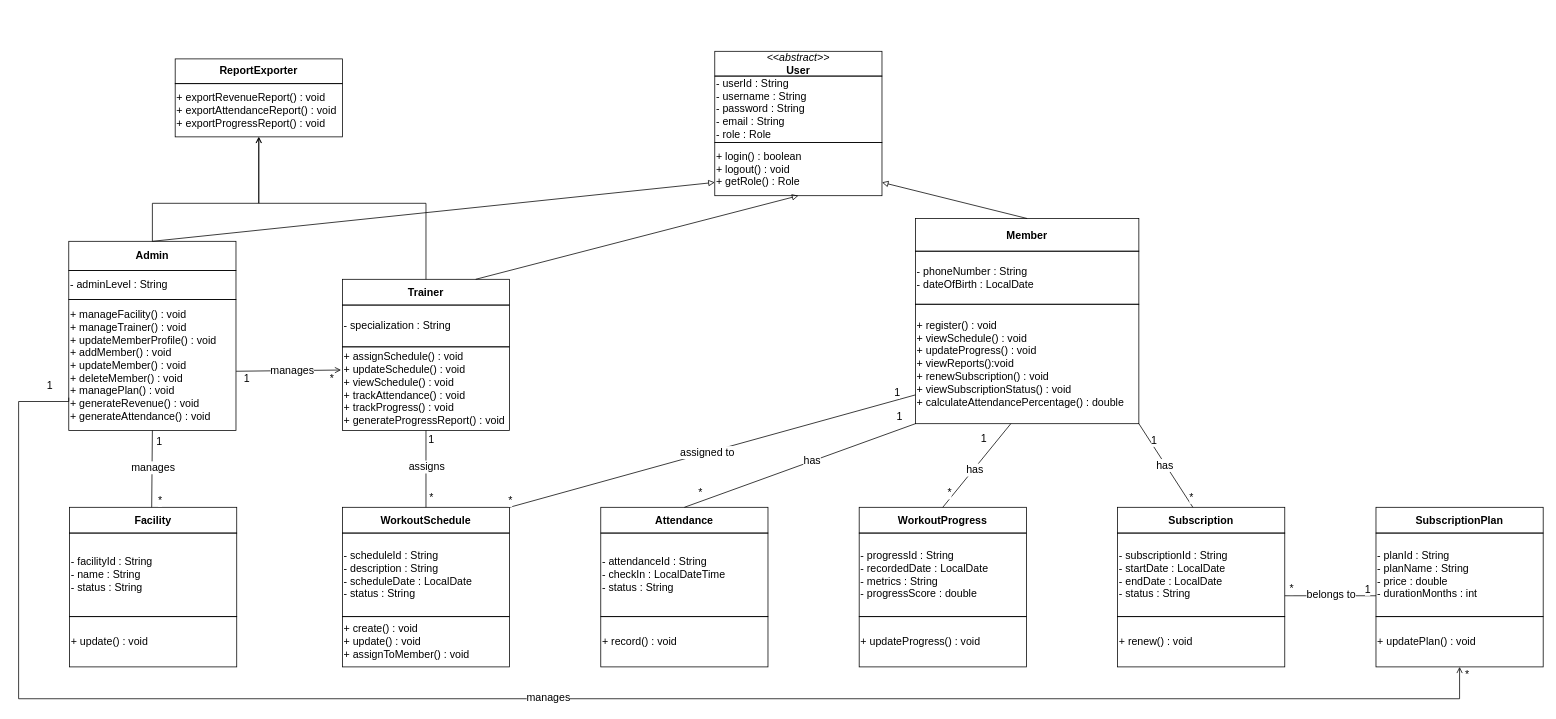
Above: ClassDiagram.drawio in XuanAnh1312/GMS_PROJECT_JAVA (draw.io), before the change. Source tidied: cells renumbered, new cells numbered last; positions are measured from the earlier drawing's top-left corner, leaving out a move shared by most shapes. Both pictures are drawn from the tidied source at 76%, with x=0, y=0 at pixel (18, 51).
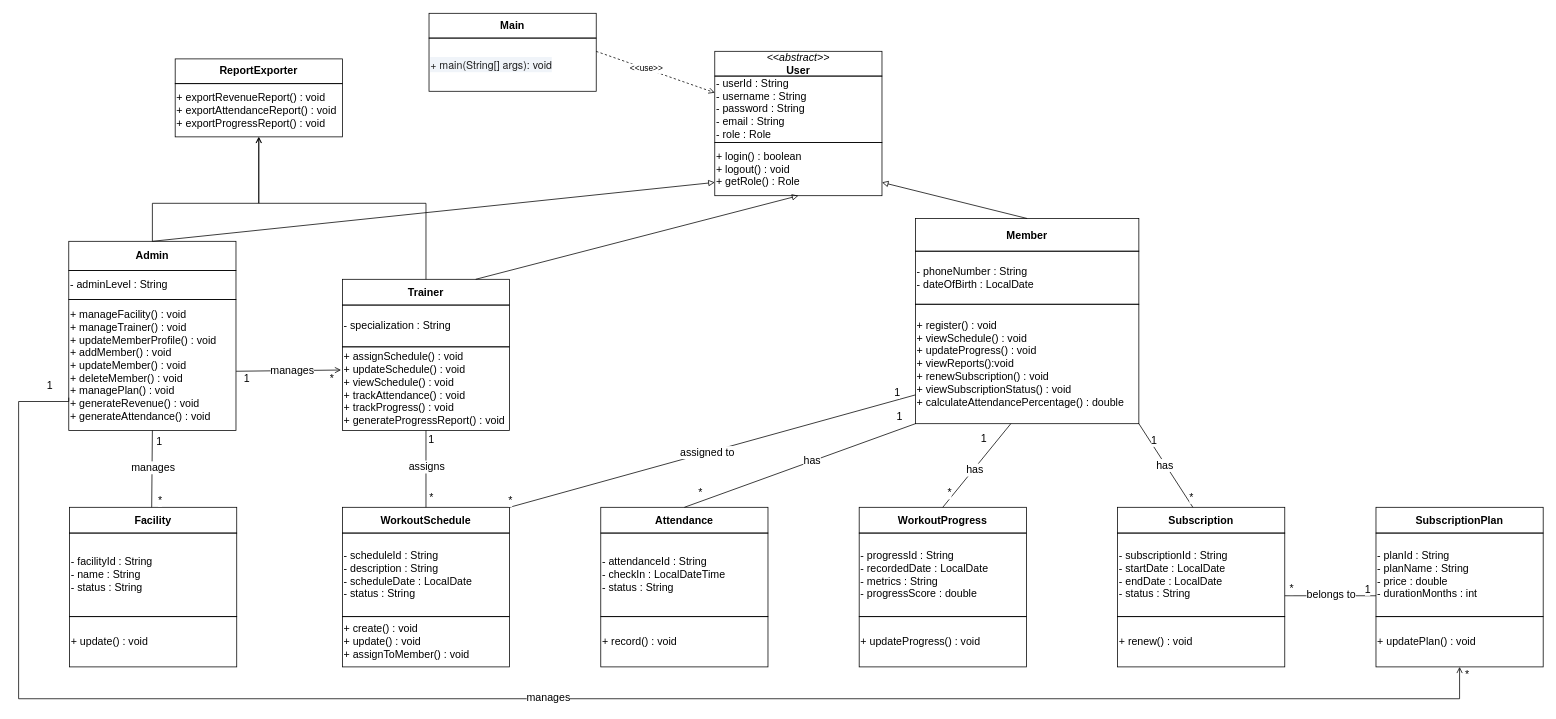
Above is the later version.

The change refers to these unchanged cells:
```xml
<mxCell id="6" value="- userId : String&lt;br&gt;- username : String&lt;br&gt;- password : String&lt;br&gt;- email : String&lt;br&gt;- role : Role" style="rounded=0;whiteSpace=wrap;html=1;fillColor=none;align=left;fontSize=14;" parent="5" vertex="1">
  <mxGeometry y="32.6" width="220" height="87.4" as="geometry" />
</mxCell>
```

The edit, as a diff of the source:
```diff
@@
+    <mxCell id="86" style="group;fontSize=14;" parent="1" vertex="1">
+      <mxGeometry x="540" y="-50" width="220" height="102.6" as="geometry" />
+    </mxCell>
+    <mxCell id="87" value="&lt;b&gt;Main&lt;/b&gt;" style="rounded=0;whiteSpace=wrap;html=1;fillColor=none;fontSize=14;" parent="86" vertex="1">
+      <mxGeometry width="220" height="32.6" as="geometry" />
+    </mxCell>
+    <mxCell id="88" value="&lt;span style=&quot;color: rgb(31, 31, 31); font-family: &amp;quot;Google Sans Flex&amp;quot;, &amp;quot;Google Sans&amp;quot;, &amp;quot;Helvetica Neue&amp;quot;, sans-serif; white-space: pre-wrap; background-color: rgb(240, 244, 249);&quot;&gt;+ main(String[] args): void&lt;/span&gt;" style="rounded=0;whiteSpace=wrap;html=1;fillColor=none;align=left;fontSize=14;" parent="86" vertex="1">
+      <mxGeometry y="32.6" width="220" height="70" as="geometry" />
+    </mxCell>
+    <mxCell id="89" style="endArrow=open;dashed=1;html=1;rounded=0;exitX=1;exitY=0.25;exitDx=0;exitDy=0;entryX=0;entryY=0.25;entryDx=0;entryDy=0;endFill=0;" parent="1" edge="1" source="88" target="6">
+      <mxGeometry relative="1" as="geometry" />
+    </mxCell>
+    <mxCell id="90" value="&amp;lt;&amp;lt;use&amp;gt;&amp;gt;" style="edgeLabel;html=1;align=center;verticalAlign=middle;" parent="89" vertex="1">
+      <mxGeometry x="-0.17" relative="1" as="geometry" />
+    </mxCell>
```
